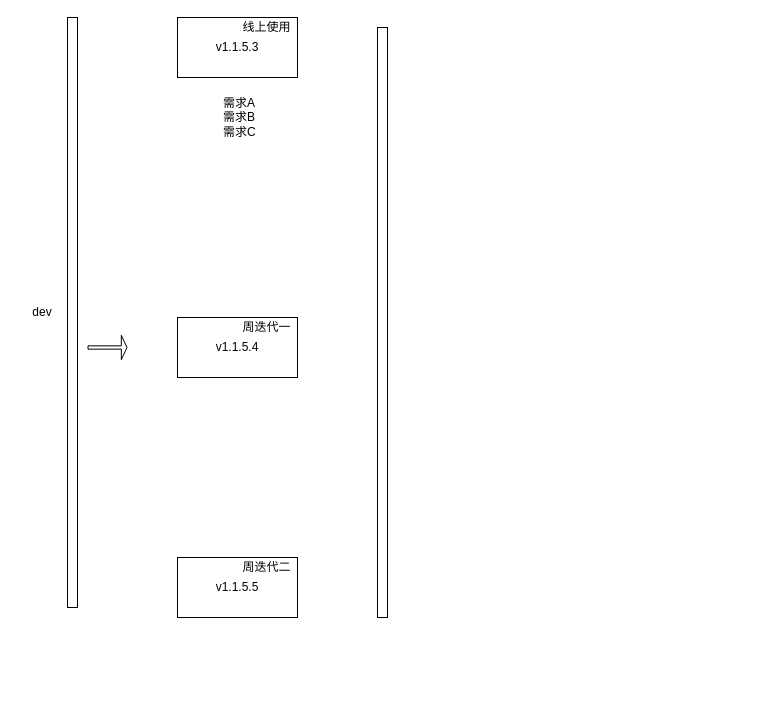
Above: DML变更.drawio in Snuger/draw (draw.io), before the change. Source tidied: cells renumbered, new cells numbered last; positions are measured from the earlier drawing's top-left corner, leaving out a move shared by most shapes. Both pictures are drawn from the tidied source at 100%, with x=0, y=0 at pixel (17, 17).
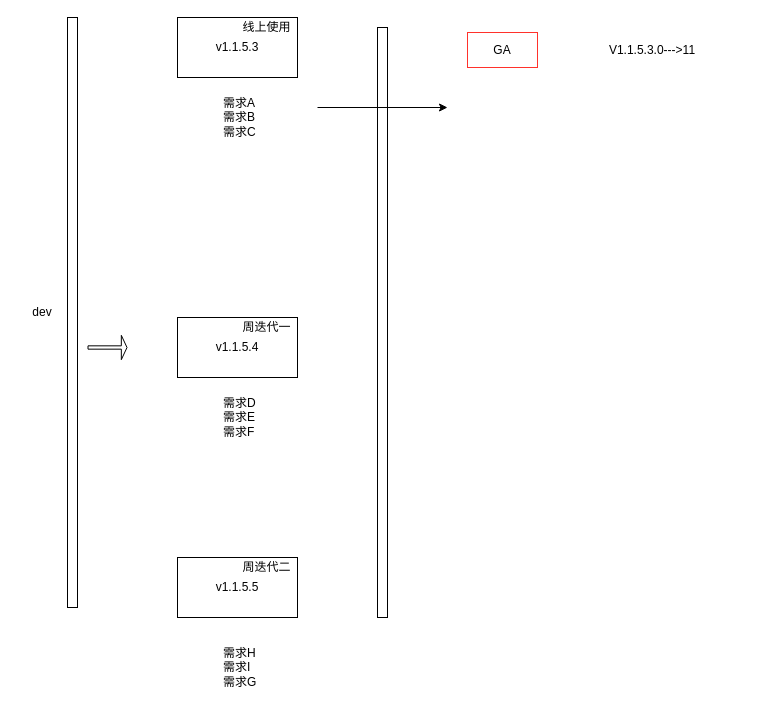
The same diagram, later.

Change to the diagram source:
```diff
@@
 <mxGraphModel>
   <root>
     <mxCell id="0" />
     <mxCell id="1" parent="0" />
     <mxCell id="2" style="rounded=0;whiteSpace=wrap;html=1;" parent="1" vertex="1">
       <mxGeometry x="50" width="10" height="590" as="geometry" />
     </mxCell>
     <mxCell id="3" value="dev" style="text;html=1;align=center;verticalAlign=middle;whiteSpace=wrap;rounded=0;" parent="1" vertex="1">
       <mxGeometry y="280" width="50" height="30" as="geometry" />
     </mxCell>
     <mxCell id="4" style="shape=flexArrow;endArrow=classic;html=1;rounded=0;width=3.3333333333333335;endSize=1.5583333333333336;" parent="1" edge="1">
       <mxGeometry relative="1" as="geometry">
         <mxPoint x="70" y="330" as="sourcePoint" />
         <mxPoint x="110" y="330" as="targetPoint" />
       </mxGeometry>
     </mxCell>
     <mxCell id="5" value="v1.1.5.3" style="rounded=0;whiteSpace=wrap;html=1;" parent="1" vertex="1">
       <mxGeometry x="160" width="120" height="60" as="geometry" />
     </mxCell>
     <mxCell id="6" value="v1.1.5.4" style="rounded=0;whiteSpace=wrap;html=1;" parent="1" vertex="1">
       <mxGeometry x="160" y="300" width="120" height="60" as="geometry" />
     </mxCell>
     <mxCell id="7" value="v1.1.5.5" style="rounded=0;whiteSpace=wrap;html=1;" parent="1" vertex="1">
       <mxGeometry x="160" y="540" width="120" height="60" as="geometry" />
     </mxCell>
     <mxCell id="8" value="线上使用" style="text;html=1;align=center;verticalAlign=middle;whiteSpace=wrap;rounded=0;" parent="1" vertex="1">
       <mxGeometry x="219" width="61" height="20" as="geometry" />
     </mxCell>
     <mxCell id="9" value="周迭代一" style="text;html=1;align=center;verticalAlign=middle;whiteSpace=wrap;rounded=0;" parent="1" vertex="1">
       <mxGeometry x="219" y="300" width="61" height="20" as="geometry" />
     </mxCell>
     <mxCell id="10" value="周迭代二" style="text;html=1;align=center;verticalAlign=middle;whiteSpace=wrap;rounded=0;" parent="1" vertex="1">
       <mxGeometry x="219" y="540" width="61" height="20" as="geometry" />
     </mxCell>
     <mxCell id="11" style="rounded=0;whiteSpace=wrap;html=1;" parent="1" vertex="1">
       <mxGeometry x="360" y="10" width="10" height="590" as="geometry" />
     </mxCell>
     <mxCell id="12" value="需求A&lt;div&gt;需求B&lt;/div&gt;&lt;div&gt;需求C&lt;/div&gt;" style="text;strokeColor=none;fillColor=none;align=left;verticalAlign=middle;spacingLeft=4;spacingRight=4;overflow=hidden;whiteSpace=wrap;html=1;" parent="1" vertex="1">
       <mxGeometry x="200" y="70" width="80" height="60" as="geometry" />
     </mxCell>
+    <mxCell id="13" style="endArrow=classic;html=1;rounded=0;" parent="1" edge="1">
+      <mxGeometry relative="1" as="geometry">
+        <mxPoint x="300" y="90" as="sourcePoint" />
+        <mxPoint x="430" y="90" as="targetPoint" />
+      </mxGeometry>
+    </mxCell>
+    <mxCell id="14" value="GA" style="text;html=1;align=center;verticalAlign=middle;whiteSpace=wrap;rounded=0;shadow=0;strokeColor=#FF322B;" parent="1" vertex="1">
+      <mxGeometry x="450" y="15" width="70" height="35" as="geometry" />
+    </mxCell>
+    <mxCell id="15" value="V1.1.5.3.0---&amp;gt;11" style="text;html=1;align=center;verticalAlign=middle;whiteSpace=wrap;rounded=0;" parent="1" vertex="1">
+      <mxGeometry x="540" y="18" width="190" height="30" as="geometry" />
+    </mxCell>
+    <mxCell id="16" value="需求D&lt;div&gt;需求E&lt;/div&gt;&lt;div&gt;需求F&lt;/div&gt;" style="text;strokeColor=none;fillColor=none;align=left;verticalAlign=middle;spacingLeft=4;spacingRight=4;overflow=hidden;whiteSpace=wrap;html=1;" parent="1" vertex="1">
+      <mxGeometry x="200" y="370" width="80" height="60" as="geometry" />
+    </mxCell>
+    <mxCell id="17" value="需求H&lt;br&gt;&lt;div&gt;需求I&lt;/div&gt;&lt;div&gt;&lt;span style=&quot;background-color: initial;&quot;&gt;需求G&lt;/span&gt;&lt;/div&gt;" style="text;strokeColor=none;fillColor=none;align=left;verticalAlign=middle;spacingLeft=4;spacingRight=4;overflow=hidden;whiteSpace=wrap;html=1;" parent="1" vertex="1">
+      <mxGeometry x="200" y="620" width="80" height="60" as="geometry" />
+    </mxCell>
   </root>
 </mxGraphModel>
```
